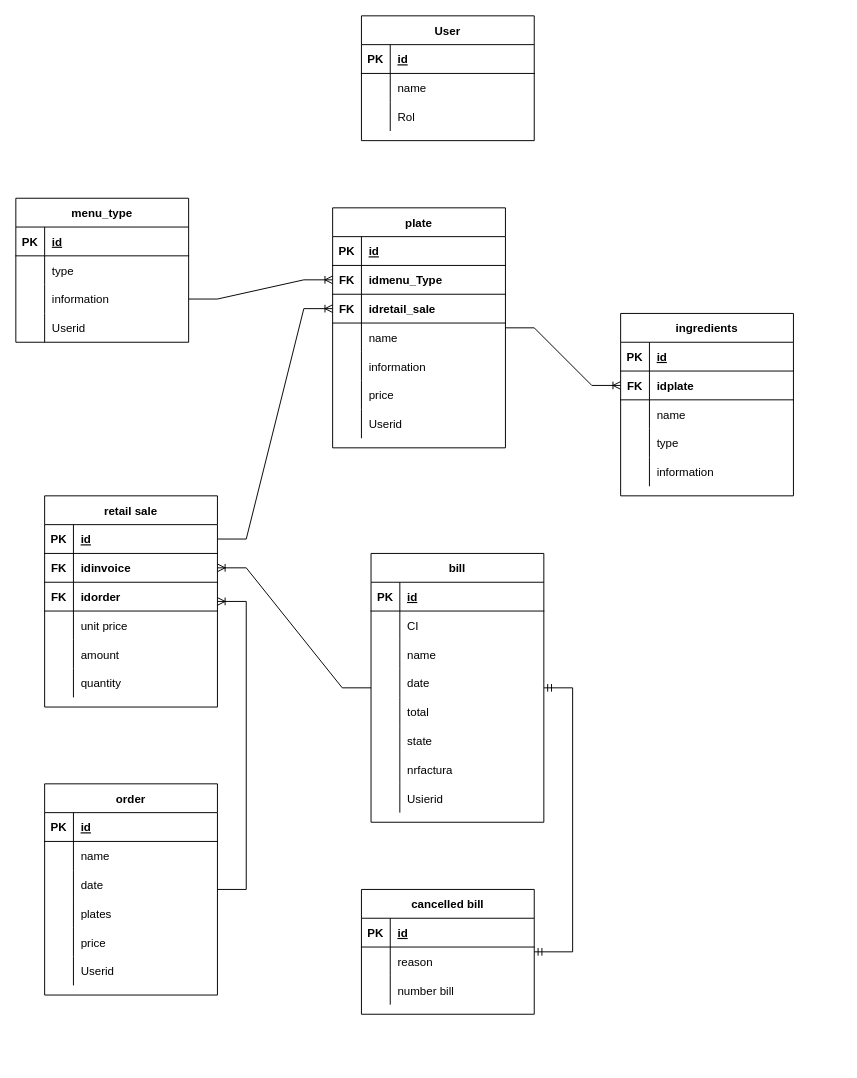
The draw.io diagram diagrama/Untitled Diagram.drawio in poolextremo/programaci-n-3, before the edit. Source tidied: cells renumbered, new cells numbered last; positions are measured from the earlier drawing's top-left corner, leaving out a move shared by most shapes. Both pictures are drawn from the tidied source at 96%, with x=0, y=0 at pixel (15, 15).
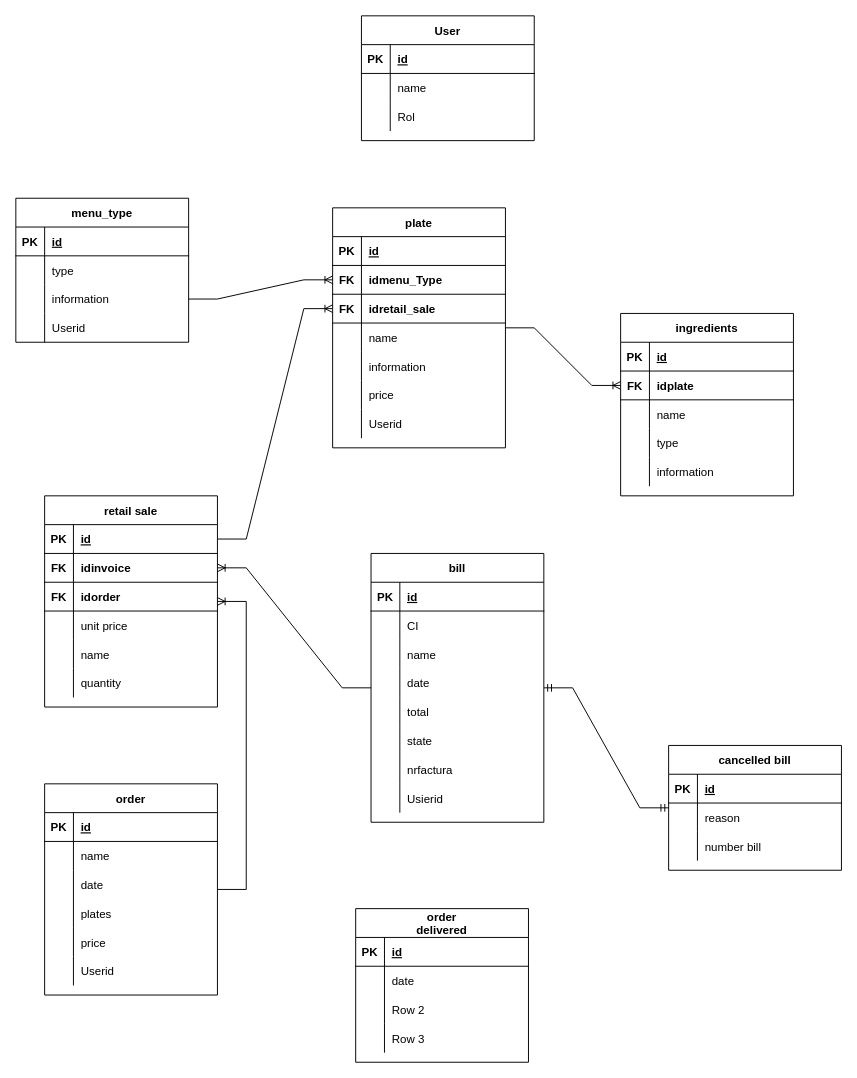
Above is the later version.

Unchanged cells that the change refers to:
```xml
<mxCell id="78" style="shape=tableRow;horizontal=0;startSize=0;swimlaneHead=0;swimlaneBody=0;fillColor=none;top=0;left=0;right=0;bottom=0;" parent="65" vertex="1">
  <mxGeometry y="150" width="180" height="30" as="geometry" />
</mxCell>
```

The edit, as a diff of the source:
```diff
@@
-    <mxCell id="80" value="amount" style="shape=partialRectangle;fillColor=none;top=0;left=0;bottom=0;right=0;align=left;spacingLeft=6;overflow=hidden;" parent="78" vertex="1">
+    <mxCell id="80" value="name" style="shape=partialRectangle;fillColor=none;top=0;left=0;bottom=0;right=0;align=left;spacingLeft=6;overflow=hidden;" parent="78" vertex="1">
       <mxGeometry x="30" width="150" height="30" as="geometry" />
     </mxCell>
@@
     <mxCell id="131" value="cancelled bill" style="shape=table;startSize=30;childLayout=tableLayout;rowLines=0;fontStyle=1;align=center;" parent="1" vertex="1">
-      <mxGeometry x="360" y="910" width="180" height="130" as="geometry" />
+      <mxGeometry x="680" y="760" width="180" height="130" as="geometry" />
     </mxCell>
@@
+    <mxCell id="142" value="order &#10;delivered" style="shape=table;startSize=30;childLayout=tableLayout;rowLines=0;fontStyle=1;align=center;" parent="1" vertex="1">
+      <mxGeometry x="354" y="930" width="180" height="160" as="geometry" />
+    </mxCell>
+    <mxCell id="143" style="shape=tableRow;horizontal=0;startSize=0;swimlaneHead=0;swimlaneBody=0;fillColor=none;top=0;left=0;right=0;bottom=1;" parent="142" vertex="1">
+      <mxGeometry y="30" width="180" height="30" as="geometry" />
+    </mxCell>
+    <mxCell id="144" value="PK" style="shape=partialRectangle;fillColor=none;top=0;left=0;bottom=0;right=0;fontStyle=1;overflow=hidden;" parent="143" vertex="1">
+      <mxGeometry width="30" height="30" as="geometry" />
+    </mxCell>
+    <mxCell id="145" value="id" style="shape=partialRectangle;fillColor=none;top=0;left=0;bottom=0;right=0;align=left;spacingLeft=6;fontStyle=5;overflow=hidden;" parent="143" vertex="1">
+      <mxGeometry x="30" width="150" height="30" as="geometry" />
+    </mxCell>
+    <mxCell id="146" style="shape=tableRow;horizontal=0;startSize=0;swimlaneHead=0;swimlaneBody=0;fillColor=none;top=0;left=0;right=0;bottom=0;" parent="142" vertex="1">
+      <mxGeometry y="60" width="180" height="30" as="geometry" />
+    </mxCell>
+    <mxCell id="147" style="shape=partialRectangle;fillColor=none;top=0;left=0;bottom=0;right=0;overflow=hidden;" parent="146" vertex="1">
+      <mxGeometry width="30" height="30" as="geometry" />
+    </mxCell>
+    <mxCell id="148" value="date" style="shape=partialRectangle;fillColor=none;top=0;left=0;bottom=0;right=0;align=left;spacingLeft=6;overflow=hidden;" parent="146" vertex="1">
+      <mxGeometry x="30" width="150" height="30" as="geometry" />
+    </mxCell>
+    <mxCell id="149" style="shape=tableRow;horizontal=0;startSize=0;swimlaneHead=0;swimlaneBody=0;fillColor=none;top=0;left=0;right=0;bottom=0;" parent="142" vertex="1">
+      <mxGeometry y="90" width="180" height="30" as="geometry" />
+    </mxCell>
+    <mxCell id="150" style="shape=partialRectangle;fillColor=none;top=0;left=0;bottom=0;right=0;overflow=hidden;" parent="149" vertex="1">
+      <mxGeometry width="30" height="30" as="geometry" />
+    </mxCell>
+    <mxCell id="151" value="Row 2" style="shape=partialRectangle;fillColor=none;top=0;left=0;bottom=0;right=0;align=left;spacingLeft=6;overflow=hidden;" parent="149" vertex="1">
+      <mxGeometry x="30" width="150" height="30" as="geometry" />
+    </mxCell>
+    <mxCell id="152" style="shape=tableRow;horizontal=0;startSize=0;swimlaneHead=0;swimlaneBody=0;fillColor=none;top=0;left=0;right=0;bottom=0;" parent="142" vertex="1">
+      <mxGeometry y="120" width="180" height="30" as="geometry" />
+    </mxCell>
+    <mxCell id="153" style="shape=partialRectangle;fillColor=none;top=0;left=0;bottom=0;right=0;overflow=hidden;" parent="152" vertex="1">
+      <mxGeometry width="30" height="30" as="geometry" />
+    </mxCell>
+    <mxCell id="154" value="Row 3" style="shape=partialRectangle;fillColor=none;top=0;left=0;bottom=0;right=0;align=left;spacingLeft=6;overflow=hidden;" parent="152" vertex="1">
+      <mxGeometry x="30" width="150" height="30" as="geometry" />
+    </mxCell>
```
